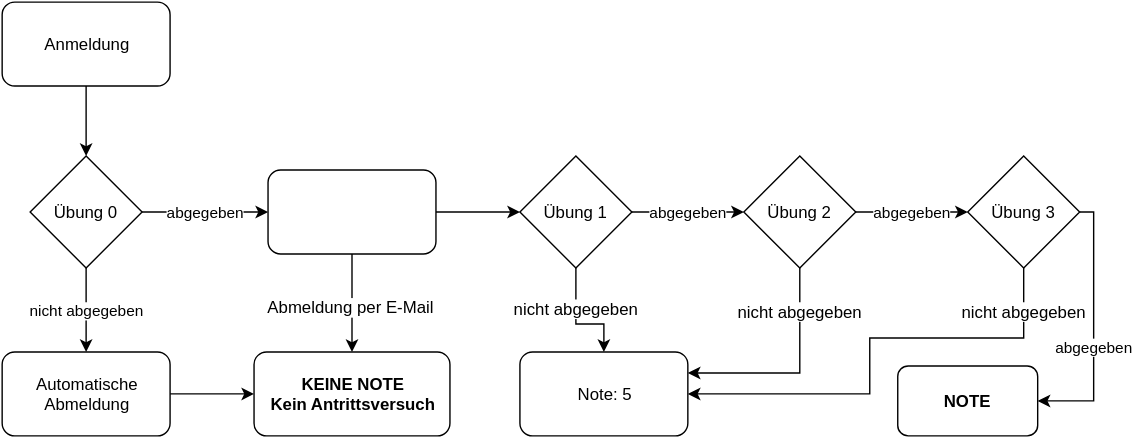
The draw.io diagram imgs/01/no_way_back.svg in flowolf/Info1BM-Folien, before a commit. Source tidied: cells renumbered, new cells last; positions are measured from the earlier drawing's top-left corner, leaving out a move shared by most shapes.
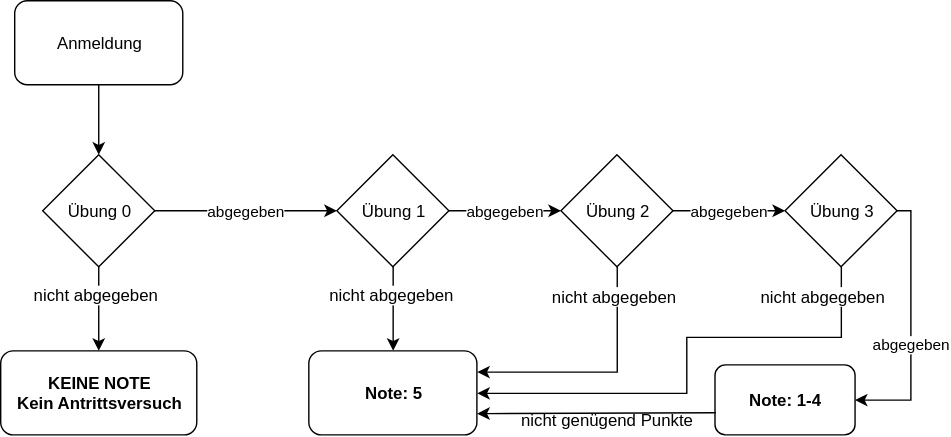
Later version of the same file.

Diff of the diagram source:
```diff
@@ -8,41 +8,27 @@
     <mxCell id="3" value="Anmeldung" style="rounded=1;whiteSpace=wrap;html=1;" parent="1" vertex="1">
       <mxGeometry width="120" height="60" as="geometry" />
     </mxCell>
-    <mxCell id="4" value="nicht abgegeben" style="edgeStyle=orthogonalEdgeStyle;rounded=0;html=1;jettySize=auto;" parent="1" edge="1" source="6" target="8">
-      <mxGeometry relative="1" as="geometry" />
+    <mxCell id="4" value="&lt;font style=&quot;font-size: 12px&quot;&gt;nicht abgegeben&lt;/font&gt;" style="edgeStyle=orthogonalEdgeStyle;rounded=0;html=1;jettySize=auto;" parent="1" edge="1" source="6">
+      <mxGeometry x="-0.33" relative="1" as="geometry">
+        <mxPoint x="60" y="250" as="targetPoint" />
+      </mxGeometry>
     </mxCell>
-    <mxCell id="5" value="abgegeben" style="edgeStyle=orthogonalEdgeStyle;rounded=0;html=1;jettySize=auto;entryX=0;entryY=0.5;" parent="1" edge="1" source="6" target="12">
-      <mxGeometry relative="1" as="geometry" />
+    <mxCell id="5" value="abgegeben" style="edgeStyle=orthogonalEdgeStyle;rounded=0;html=1;jettySize=auto;" parent="1" edge="1" source="6">
+      <mxGeometry relative="1" as="geometry">
+        <mxPoint x="230" y="150" as="targetPoint" />
+      </mxGeometry>
     </mxCell>
     <mxCell id="6" value="Übung 0" style="rhombus;whiteSpace=wrap;html=1;" parent="1" vertex="1">
       <mxGeometry x="20" y="110" width="80" height="80" as="geometry" />
     </mxCell>
-    <mxCell id="7" style="edgeStyle=orthogonalEdgeStyle;rounded=0;html=1;jettySize=auto;" parent="1" edge="1" source="8" target="13">
-      <mxGeometry relative="1" as="geometry" />
-    </mxCell>
-    <mxCell id="8" value="Automatische&lt;br&gt;Abmeldung" style="rounded=1;whiteSpace=wrap;html=1;" parent="1" vertex="1">
-      <mxGeometry y="250" width="120" height="60" as="geometry" />
-    </mxCell>
-    <mxCell id="9" style="edgeStyle=orthogonalEdgeStyle;rounded=0;html=1;jettySize=auto;" parent="1" edge="1" source="12" target="13">
-      <mxGeometry relative="1" as="geometry" />
-    </mxCell>
-    <mxCell id="10" value="Abmeldung per E-Mail" style="text;html=1;align=center;verticalAlign=middle;labelBackgroundColor=#ffffff;" parent="9" vertex="1">
-      <mxGeometry x="0.06" y="-1" relative="1" as="geometry" />
-    </mxCell>
-    <mxCell id="11" style="edgeStyle=orthogonalEdgeStyle;rounded=0;html=1;jettySize=auto;" parent="1" edge="1" source="12" target="17">
-      <mxGeometry relative="1" as="geometry" />
-    </mxCell>
-    <mxCell id="12" style="rounded=1;whiteSpace=wrap;html=1;" parent="1" vertex="1">
-      <mxGeometry x="190" y="120" width="120" height="60" as="geometry" />
-    </mxCell>
     <mxCell id="13" value="&lt;b style=&quot;line-height: 1.2&quot;&gt;KEINE NOTE&lt;/b&gt;&lt;div&gt;&lt;b style=&quot;line-height: 1.2&quot;&gt;Kein Antrittsversuch&lt;/b&gt;&lt;/div&gt;" style="rounded=1;whiteSpace=wrap;html=1;" parent="1" vertex="1">
-      <mxGeometry x="180" y="250" width="140" height="60" as="geometry" />
+      <mxGeometry x="-10" y="250" width="140" height="60" as="geometry" />
     </mxCell>
     <mxCell id="14" style="edgeStyle=orthogonalEdgeStyle;rounded=0;html=1;jettySize=auto;entryX=0.5;entryY=0;" parent="1" edge="1" source="17" target="27">
       <mxGeometry relative="1" as="geometry">
         <Array as="points">
-          <mxPoint x="410" y="230" />
-          <mxPoint x="430" y="230" />
+          <mxPoint x="270" y="240" />
+          <mxPoint x="270" y="240" />
         </Array>
       </mxGeometry>
     </mxCell>
@@ -55,7 +41,7 @@
       <mxGeometry relative="1" as="geometry" />
     </mxCell>
     <mxCell id="17" value="Übung 1" style="rhombus;whiteSpace=wrap;html=1;" parent="1" vertex="1">
-      <mxGeometry x="370" y="110" width="80" height="80" as="geometry" />
+      <mxGeometry x="230" y="110" width="80" height="80" as="geometry" />
     </mxCell>
     <mxCell id="18" value="abgegeben" style="edgeStyle=orthogonalEdgeStyle;rounded=0;html=1;jettySize=auto;" parent="1" edge="1" source="21" target="25">
       <mxGeometry relative="1" as="geometry" />
@@ -63,48 +49,54 @@
     <mxCell id="19" style="edgeStyle=orthogonalEdgeStyle;rounded=0;html=1;jettySize=auto;entryX=1;entryY=0.25;" parent="1" edge="1" source="21" target="27">
       <mxGeometry relative="1" as="geometry">
         <Array as="points">
-          <mxPoint x="570" y="265" />
+          <mxPoint x="430" y="265" />
         </Array>
       </mxGeometry>
     </mxCell>
     <mxCell id="20" value="nicht abgegeben" style="text;html=1;align=center;verticalAlign=middle;labelBackgroundColor=#ffffff;" parent="19" vertex="1">
       <mxGeometry x="-0.12" y="3" relative="1" as="geometry">
-        <mxPoint x="-3" y="-38" as="offset" />
+        <mxPoint x="1" y="-58" as="offset" />
       </mxGeometry>
     </mxCell>
     <mxCell id="21" value="Übung 2" style="rhombus;whiteSpace=wrap;html=1;" parent="1" vertex="1">
-      <mxGeometry x="530" y="110" width="80" height="80" as="geometry" />
+      <mxGeometry x="390" y="110" width="80" height="80" as="geometry" />
     </mxCell>
     <mxCell id="22" style="edgeStyle=orthogonalEdgeStyle;rounded=0;html=1;jettySize=auto;entryX=1;entryY=0.5;" parent="1" edge="1" source="25" target="27">
       <mxGeometry relative="1" as="geometry">
         <Array as="points">
-          <mxPoint x="730" y="240" />
-          <mxPoint x="620" y="240" />
-          <mxPoint x="620" y="280" />
+          <mxPoint x="590" y="240" />
+          <mxPoint x="480" y="240" />
+          <mxPoint x="480" y="280" />
         </Array>
       </mxGeometry>
     </mxCell>
     <mxCell id="23" value="nicht abgegeben" style="text;html=1;align=center;verticalAlign=middle;labelBackgroundColor=#ffffff;" parent="22" vertex="1">
       <mxGeometry x="-0.17" y="-1" relative="1" as="geometry">
-        <mxPoint x="86" y="-19" as="offset" />
+        <mxPoint x="83" y="-29" as="offset" />
       </mxGeometry>
     </mxCell>
     <mxCell id="24" value="abgegeben" style="edgeStyle=orthogonalEdgeStyle;rounded=0;html=1;entryX=1;entryY=0.5;jettySize=auto;" parent="1" edge="1" source="25" target="26">
       <mxGeometry x="0.14" relative="1" as="geometry">
         <Array as="points">
-          <mxPoint x="780" y="150" />
-          <mxPoint x="780" y="285" />
+          <mxPoint x="640" y="150" />
+          <mxPoint x="640" y="285" />
         </Array>
       </mxGeometry>
     </mxCell>
     <mxCell id="25" value="Übung 3" style="rhombus;whiteSpace=wrap;html=1;" parent="1" vertex="1">
-      <mxGeometry x="690" y="110" width="80" height="80" as="geometry" />
+      <mxGeometry x="550" y="110" width="80" height="80" as="geometry" />
     </mxCell>
-    <mxCell id="26" value="&lt;b&gt;NOTE&lt;/b&gt;" style="rounded=1;whiteSpace=wrap;html=1;" parent="1" vertex="1">
-      <mxGeometry x="640" y="260" width="100" height="50" as="geometry" />
+    <mxCell id="26" value="&lt;b&gt;Note: 1-4&lt;br&gt;&lt;/b&gt;" style="rounded=1;whiteSpace=wrap;html=1;" parent="1" vertex="1">
+      <mxGeometry x="500" y="260" width="100" height="50" as="geometry" />
     </mxCell>
-    <mxCell id="27" value="N&lt;span style=&quot;line-height: 1.2&quot;&gt;ote: 5&lt;/span&gt;" style="rounded=1;whiteSpace=wrap;html=1;" parent="1" vertex="1">
-      <mxGeometry x="370" y="250" width="120" height="60" as="geometry" />
+    <mxCell id="27" value="&lt;b&gt;N&lt;span style=&quot;line-height: 1.2&quot;&gt;ote: 5&lt;/span&gt;&lt;/b&gt;" style="rounded=1;whiteSpace=wrap;html=1;" parent="1" vertex="1">
+      <mxGeometry x="210" y="250" width="120" height="60" as="geometry" />
     </mxCell>
+    <mxCell id="28" style="endArrow=classic;html=1;entryX=1;entryY=0.75;exitX=1.003;exitY=0.211;exitPerimeter=0;" parent="1" edge="1" source="29" target="27">
+      <mxGeometry relative="1" as="geometry" />
+    </mxCell>
+    <mxCell id="29" value="nicht genügend Punkte&lt;br&gt;" style="text;html=1;points=[];align=left;verticalAlign=top;spacingTop=-4;" parent="1" vertex="1">
+      <mxGeometry x="360" y="290" width="140" height="20" as="geometry" />
+    </mxCell>
   </root>
 </mxGraphModel>
```
